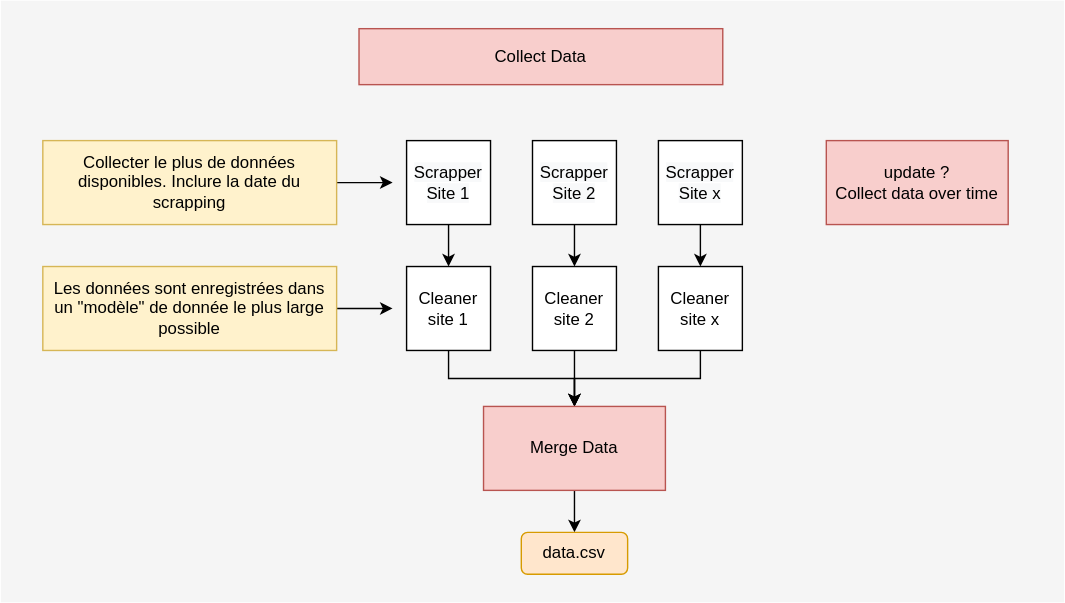
This is Collect Data.svg from Demesmaeker/Immo_BeCode, a draw.io export, as it was before one commit. Source tidied: cells renumbered, new cells last; positions are measured from the earlier drawing's top-left corner, leaving out a move shared by most shapes.
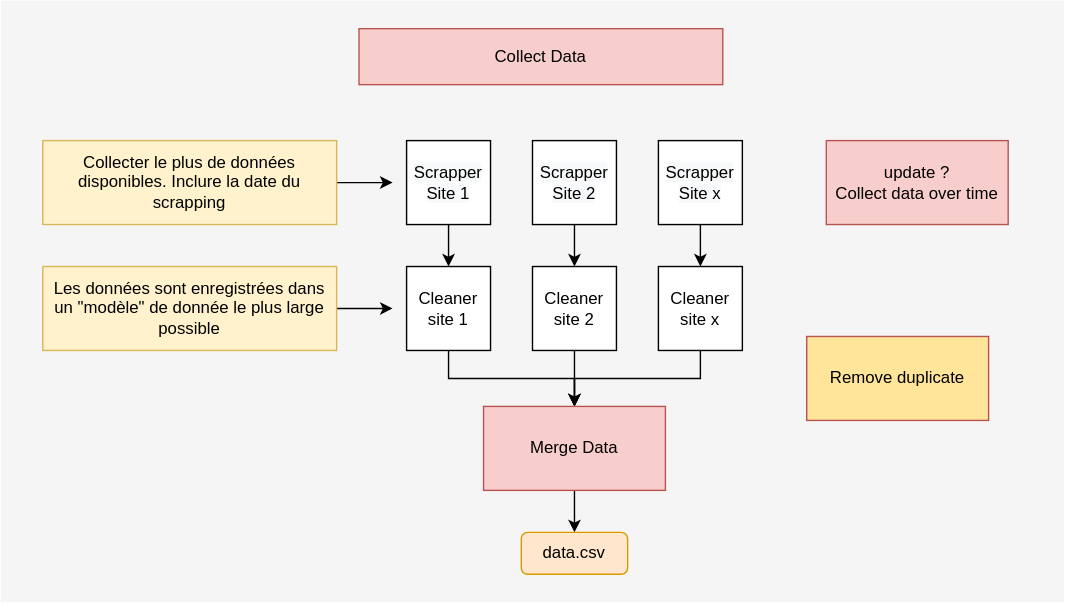
Above is the later version.

Change to the diagram source:
```diff
@@ -82,5 +82,8 @@
     <mxCell id="25" value="data.csv" style="rounded=1;whiteSpace=wrap;html=1;fillColor=#ffe6cc;strokeColor=#d79b00;" parent="1" vertex="1">
       <mxGeometry x="372" y="380" width="76" height="30" as="geometry" />
     </mxCell>
+    <mxCell id="26" value="Remove duplicate" style="rounded=0;whiteSpace=wrap;html=1;fillColor=#FFE599;strokeColor=#b85450;" parent="1" vertex="1">
+      <mxGeometry x="576" y="240" width="130" height="60" as="geometry" />
+    </mxCell>
   </root>
 </mxGraphModel>
```
